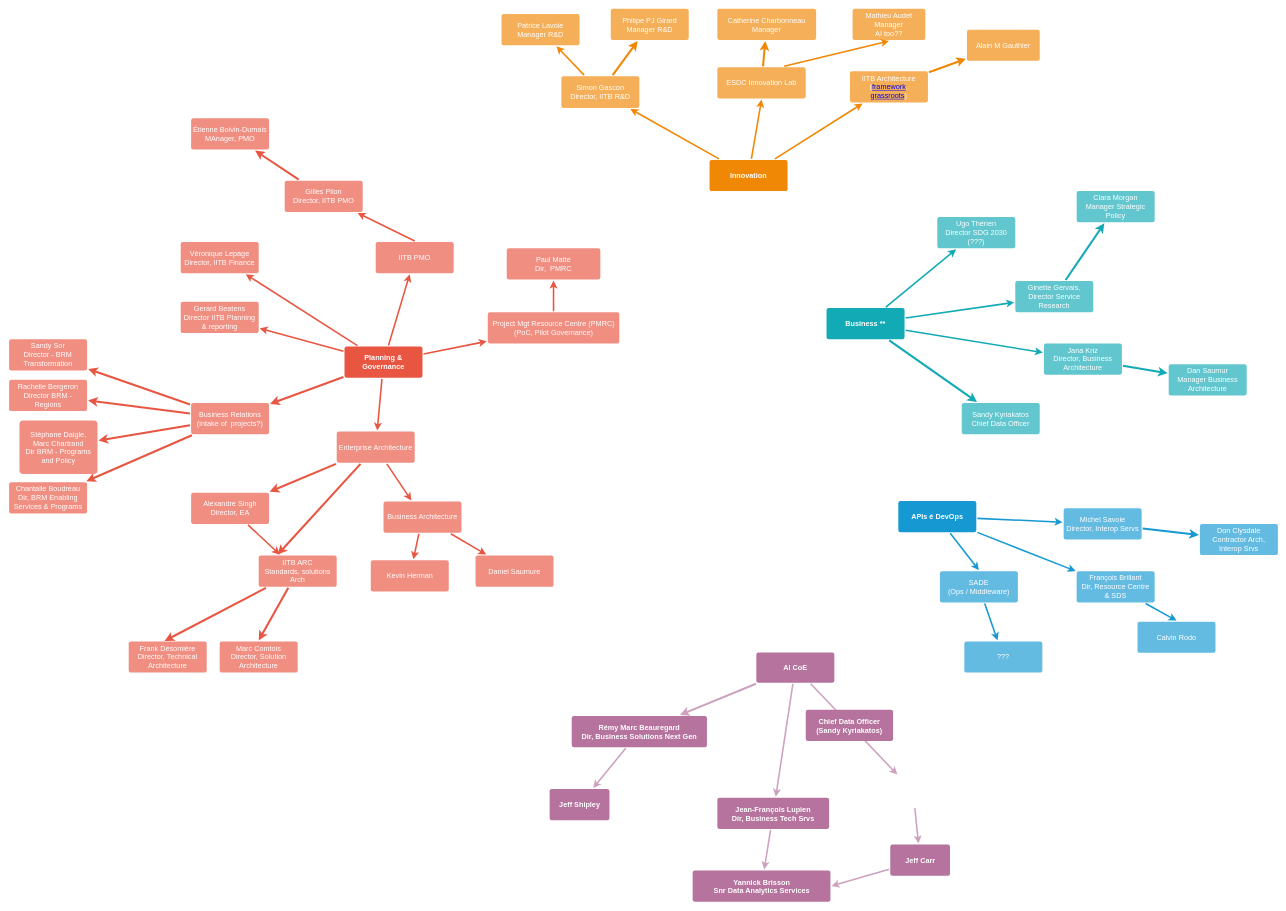
The draw.io diagram ReferenceMaterials/Stakeholder MindMap.drawio in sara-sabr/ITStrategy, before the edit. Source tidied: cells renumbered, new cells numbered last; positions are measured from the earlier drawing's top-left corner, leaving out a move shared by most shapes. Both pictures are drawn from the tidied source at 52%, with x=0, y=0 at pixel (9, 9).
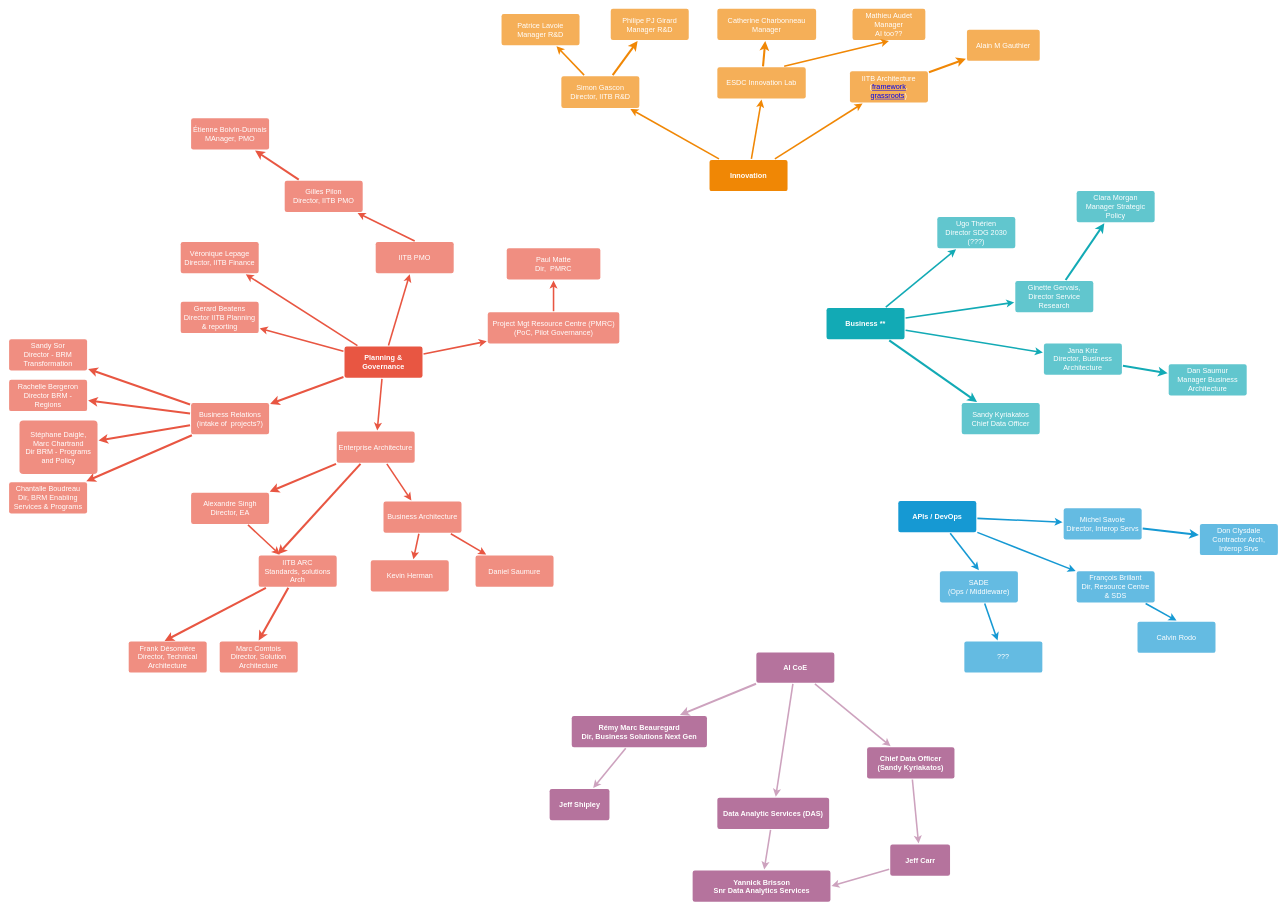
The same diagram, later.

Unchanged cells that the change refers to:
```xml
<mxCell id="72" value="AI CoE" style="rounded=1;whiteSpace=wrap;html=1;shadow=0;labelBackgroundColor=none;strokeColor=none;strokeWidth=3;fillColor=#B5739D;fontFamily=Helvetica;fontSize=14;fontColor=#FFFFFF;align=center;spacing=5;fontStyle=1;arcSize=7;perimeterSpacing=2;" parent="1" vertex="1">
  <mxGeometry x="1437" y="1237.5" width="150" height="58" as="geometry" />
</mxCell>
<mxCell id="78" value="Jeff Carr" style="rounded=1;whiteSpace=wrap;html=1;shadow=0;labelBackgroundColor=none;strokeColor=none;strokeWidth=3;fillColor=#B5739D;fontFamily=Helvetica;fontSize=14;fontColor=#FFFFFF;align=center;spacing=5;fontStyle=1;arcSize=7;perimeterSpacing=2;" parent="1" vertex="1">
  <mxGeometry x="1694.5" y="1606.5" width="115" height="60" as="geometry" />
</mxCell>
```

The edit, as a diff of the source:
```diff
@@
-    <mxCell id="17" value="APIs é DevOps" style="rounded=1;whiteSpace=wrap;html=1;shadow=0;labelBackgroundColor=none;strokeColor=none;strokeWidth=3;fillColor=#1699d3;fontFamily=Helvetica;fontSize=14;fontColor=#FFFFFF;align=center;spacing=5;fontStyle=1;arcSize=7;perimeterSpacing=2;" parent="1" vertex="1">
+    <mxCell id="17" value="APIs / DevOps" style="rounded=1;whiteSpace=wrap;html=1;shadow=0;labelBackgroundColor=none;strokeColor=none;strokeWidth=3;fillColor=#1699d3;fontFamily=Helvetica;fontSize=14;fontColor=#FFFFFF;align=center;spacing=5;fontStyle=1;arcSize=7;perimeterSpacing=2;" parent="1" vertex="1">
       <mxGeometry x="1710" y="946" width="150" height="60" as="geometry" />
     </mxCell>
@@
-    <mxCell id="70" style="rounded=0;jettySize=auto;html=1;strokeColor=#CDA2BE;strokeWidth=3;" parent="1" edge="1" source="72">
-      <mxGeometry relative="1" as="geometry">
-        <mxPoint x="1708" y="1472" as="targetPoint" />
-      </mxGeometry>
+    <mxCell id="70" style="rounded=0;jettySize=auto;html=1;strokeColor=#CDA2BE;strokeWidth=3;" parent="1" edge="1" source="72" target="76">
+      <mxGeometry relative="1" as="geometry" />
     </mxCell>
@@
-    <mxCell id="75" style="edgeStyle=none;rounded=0;jettySize=auto;html=1;strokeColor=#CDA2BE;strokeWidth=3;" parent="1" edge="1" target="78">
-      <mxGeometry relative="1" as="geometry">
-        <mxPoint x="1741.8" y="1536" as="sourcePoint" />
-      </mxGeometry>
-    </mxCell>
+    <mxCell id="101" style="edgeStyle=none;rounded=0;jettySize=auto;html=1;strokeColor=#CDA2BE;strokeWidth=3;" parent="1" edge="1" source="76" target="78">
+      <mxGeometry relative="1" as="geometry" />
+    </mxCell>
     <mxCell id="76" value="&lt;div&gt;Chief Data Officer&lt;/div&gt;&lt;div&gt;(Sandy Kyriakatos)&lt;br&gt;&lt;/div&gt;" style="rounded=1;whiteSpace=wrap;html=1;shadow=0;labelBackgroundColor=none;strokeColor=none;strokeWidth=3;fillColor=#B5739D;fontFamily=Helvetica;fontSize=14;fontColor=#FFFFFF;align=center;spacing=5;fontStyle=1;arcSize=7;perimeterSpacing=2;" parent="1" vertex="1">
-      <mxGeometry x="1532" y="1347.5" width="168" height="60" as="geometry" />
+      <mxGeometry x="1650" y="1419.5" width="168" height="60" as="geometry" />
     </mxCell>
@@
-    <mxCell id="82" value="&lt;div&gt;Jean-François Lupien&lt;/div&gt;&lt;div&gt;Dir, Business Tech Srvs&lt;br&gt;&lt;/div&gt;" style="rounded=1;whiteSpace=wrap;html=1;shadow=0;labelBackgroundColor=none;strokeColor=none;strokeWidth=3;fillColor=#B5739D;fontFamily=Helvetica;fontSize=14;fontColor=#FFFFFF;align=center;spacing=5;fontStyle=1;arcSize=7;perimeterSpacing=2;" parent="1" vertex="1">
+    <mxCell id="82" value="Data Analytic Services (DAS)" style="rounded=1;whiteSpace=wrap;html=1;shadow=0;labelBackgroundColor=none;strokeColor=none;strokeWidth=3;fillColor=#B5739D;fontFamily=Helvetica;fontSize=14;fontColor=#FFFFFF;align=center;spacing=5;fontStyle=1;arcSize=7;perimeterSpacing=2;" parent="1" vertex="1">
       <mxGeometry x="1362" y="1516.5" width="215" height="60" as="geometry" />
     </mxCell>
```
